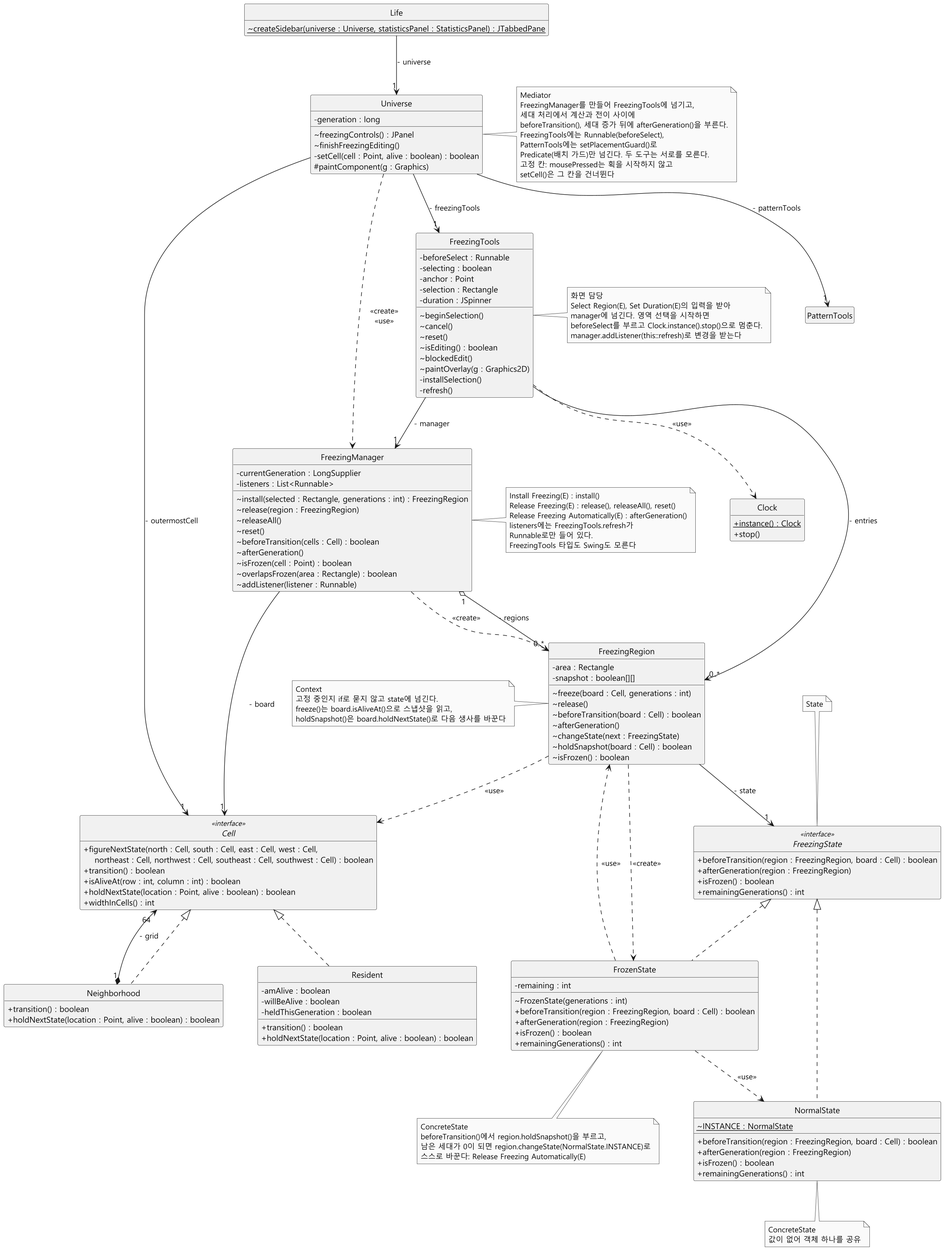
This is docs/freezing/diagram/class-freezing.png from mckimR1972/DP_team_project, a PlantUML export, as it was before one commit.
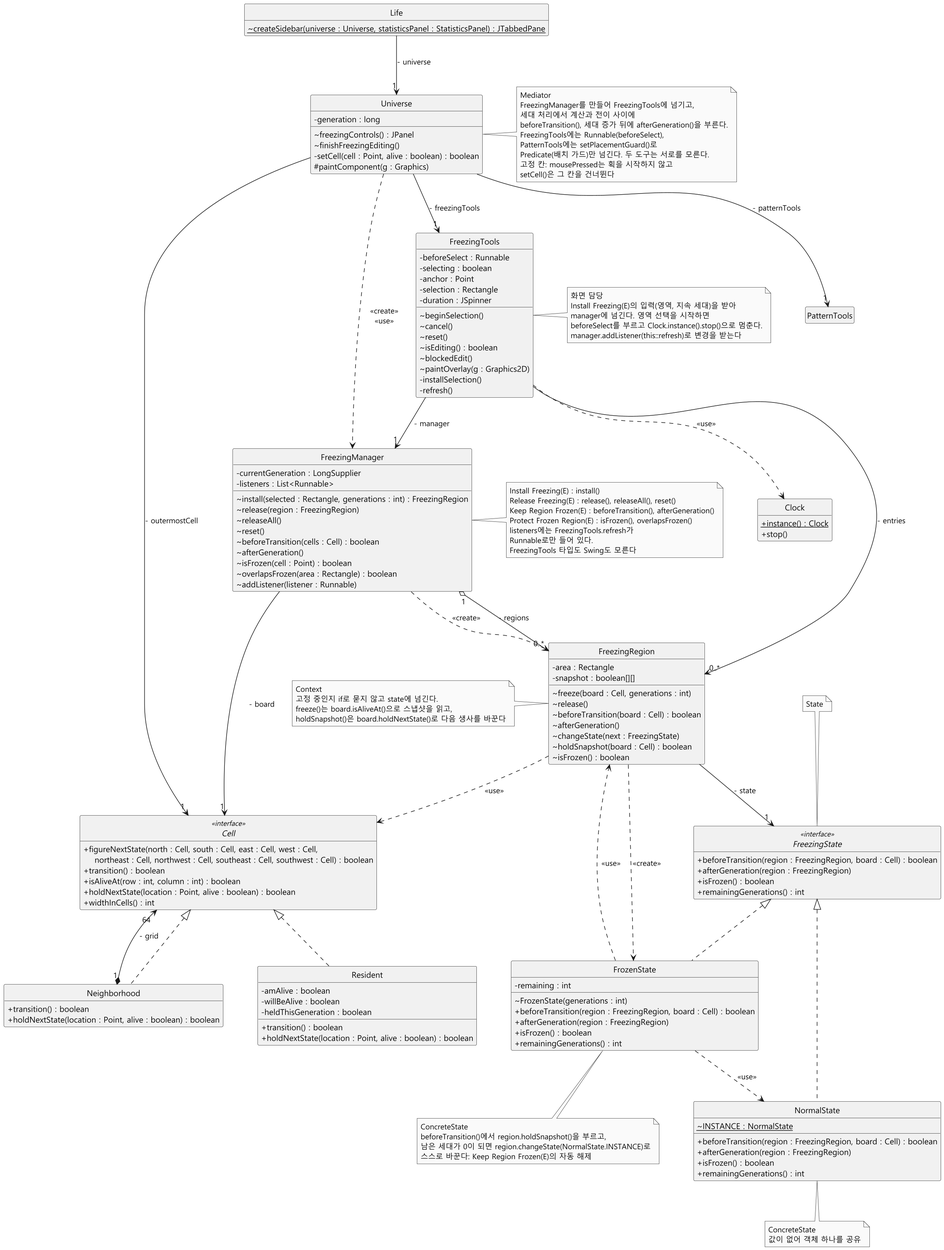
After the commit.

The edit, as a diff of the source:
```diff
@@ -146,7 +146,7 @@
   ConcreteState
   beforeTransition()에서 region.holdSnapshot()을 부르고,
   남은 세대가 0이 되면 region.changeState(NormalState.INSTANCE)로
-  스스로 바꾼다: Release Freezing Automatically(E)
+  스스로 바꾼다: Keep Region Frozen(E)의 자동 해제
 end note
 note left of FreezingRegion
   Context
@@ -156,7 +156,7 @@
 end note
 note right of FreezingTools
   화면 담당
-  Select Region(E), Set Duration(E)의 입력을 받아
+  Install Freezing(E)의 입력(영역, 지속 세대)을 받아
   manager에 넘긴다. 영역 선택을 시작하면
   beforeSelect를 부르고 Clock.instance().stop()으로 멈춘다.
   manager.addListener(this::refresh)로 변경을 받는다
@@ -164,7 +164,8 @@
 note right of FreezingManager
   Install Freezing(E) : install()
   Release Freezing(E) : release(), releaseAll(), reset()
-  Release Freezing Automatically(E) : afterGeneration()
+  Keep Region Frozen(E) : beforeTransition(), afterGeneration()
+  Protect Frozen Region(E) : isFrozen(), overlapsFrozen()
   listeners에는 FreezingTools.refresh가
   Runnable로만 들어 있다.
   FreezingTools 타입도 Swing도 모른다
```
